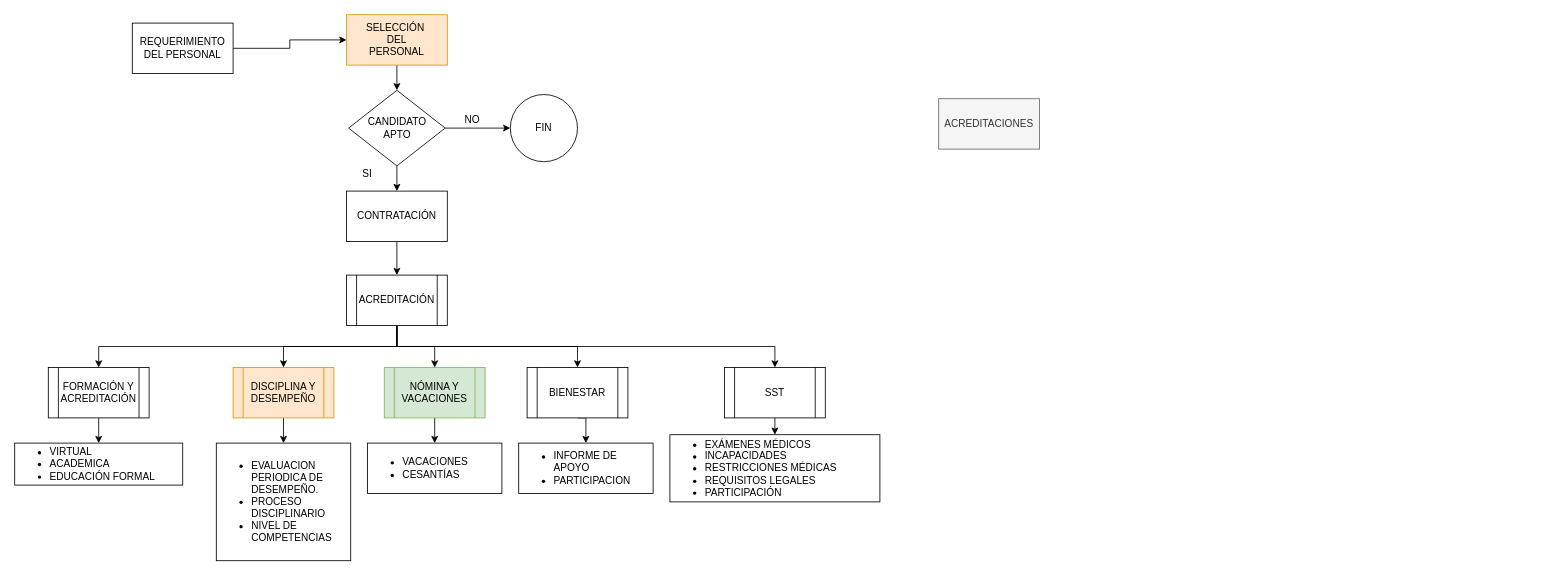
This is Untitled Diagram.drawio from SeguridadOmega/diagrams, a draw.io file, before an edit. Source tidied: cells renumbered, new cells numbered last; positions are measured from the earlier drawing's top-left corner, leaving out a move shared by most shapes. Both pictures are drawn from the tidied source at 84%, with x=0, y=0 at pixel (14, 14).
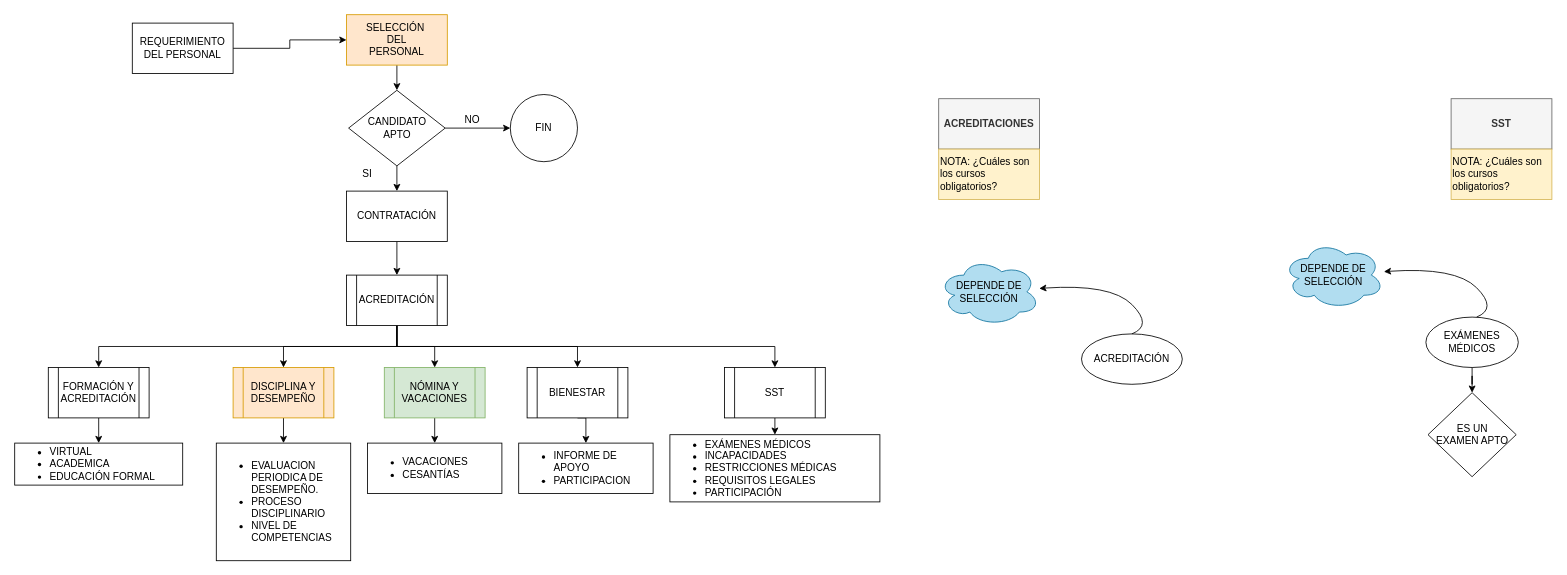
After the change.

The edit, as a diff of the source:
```diff
@@
-    <mxCell id="35" value="ACREDITACIONES" style="rounded=0;whiteSpace=wrap;html=1;fillColor=#f5f5f5;fontColor=#333333;strokeColor=#666666;" parent="1" vertex="1">
+    <mxCell id="35" value="&lt;b&gt;ACREDITACIONES&lt;/b&gt;" style="rounded=0;whiteSpace=wrap;html=1;fillColor=#f5f5f5;fontColor=#333333;strokeColor=#666666;" parent="1" vertex="1">
       <mxGeometry x="1100" y="100" width="120" height="60" as="geometry" />
     </mxCell>
+    <mxCell id="36" value="ACREDITACIÓN" style="ellipse;whiteSpace=wrap;html=1;" parent="1" vertex="1">
+      <mxGeometry x="1270" y="380" width="120" height="60" as="geometry" />
+    </mxCell>
+    <mxCell id="37" value="NOTA: ¿Cuáles son los cursos obligatorios?" style="rounded=0;whiteSpace=wrap;html=1;fillColor=#fff2cc;strokeColor=#d6b656;align=left;" parent="1" vertex="1">
+      <mxGeometry x="1100" y="160" width="120" height="60" as="geometry" />
+    </mxCell>
+    <mxCell id="38" value="DEPENDE DE SELECCIÓN" style="ellipse;shape=cloud;whiteSpace=wrap;html=1;fillColor=#b1ddf0;strokeColor=#10739e;" parent="1" vertex="1">
+      <mxGeometry x="1100" y="290" width="120" height="80" as="geometry" />
+    </mxCell>
+    <mxCell id="39" style="curved=1;endArrow=classic;html=1;rounded=0;exitX=0.5;exitY=0;exitDx=0;exitDy=0;" parent="1" edge="1" source="36" target="38">
+      <mxGeometry relative="1" as="geometry">
+        <Array as="points">
+          <mxPoint x="1355" y="370" />
+          <mxPoint x="1305" y="320" />
+        </Array>
+      </mxGeometry>
+    </mxCell>
+    <mxCell id="40" value="&lt;b&gt;SST&lt;br&gt;&lt;/b&gt;" style="rounded=0;whiteSpace=wrap;html=1;fillColor=#f5f5f5;fontColor=#333333;strokeColor=#666666;" parent="1" vertex="1">
+      <mxGeometry x="1710" y="100" width="120" height="60" as="geometry" />
+    </mxCell>
+    <mxCell id="41" value="NOTA: ¿Cuáles son los cursos obligatorios?" style="rounded=0;whiteSpace=wrap;html=1;fillColor=#fff2cc;strokeColor=#d6b656;align=left;" parent="1" vertex="1">
+      <mxGeometry x="1710" y="160" width="120" height="60" as="geometry" />
+    </mxCell>
+    <mxCell id="42" value="DEPENDE DE SELECCIÓN" style="ellipse;shape=cloud;whiteSpace=wrap;html=1;fillColor=#b1ddf0;strokeColor=#10739e;" parent="1" vertex="1">
+      <mxGeometry x="1510" y="270" width="120" height="80" as="geometry" />
+    </mxCell>
+    <mxCell id="43" style="curved=1;endArrow=classic;html=1;rounded=0;exitX=0.5;exitY=0;exitDx=0;exitDy=0;" parent="1" edge="1">
+      <mxGeometry relative="1" as="geometry">
+        <mxPoint x="1740.3" y="360" as="sourcePoint" />
+        <mxPoint x="1630" y="305.9" as="targetPoint" />
+        <Array as="points">
+          <mxPoint x="1765.3" y="350" />
+          <mxPoint x="1715.3" y="300" />
+        </Array>
+      </mxGeometry>
+    </mxCell>
+    <mxCell id="44" style="edgeStyle=orthogonalEdgeStyle;rounded=0;jettySize=auto;html=1;exitX=0.5;exitY=1;exitDx=0;exitDy=0;" parent="1" edge="1" source="45" target="46">
+      <mxGeometry relative="1" as="geometry" />
+    </mxCell>
+    <mxCell id="45" value="EXÁMENES MÉDICOS" style="ellipse;whiteSpace=wrap;html=1;" parent="1" vertex="1">
+      <mxGeometry x="1680" y="360" width="110" height="60" as="geometry" />
+    </mxCell>
+    <mxCell id="46" value="ES UN &lt;br&gt;EXAMEN APTO" style="rhombus;whiteSpace=wrap;html=1;" parent="1" vertex="1">
+      <mxGeometry x="1682.5" y="450" width="105" height="100" as="geometry" />
+    </mxCell>
```
